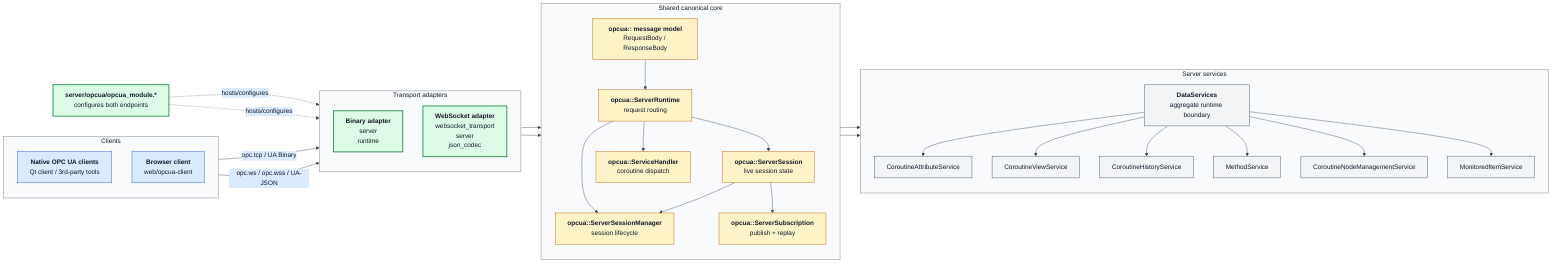
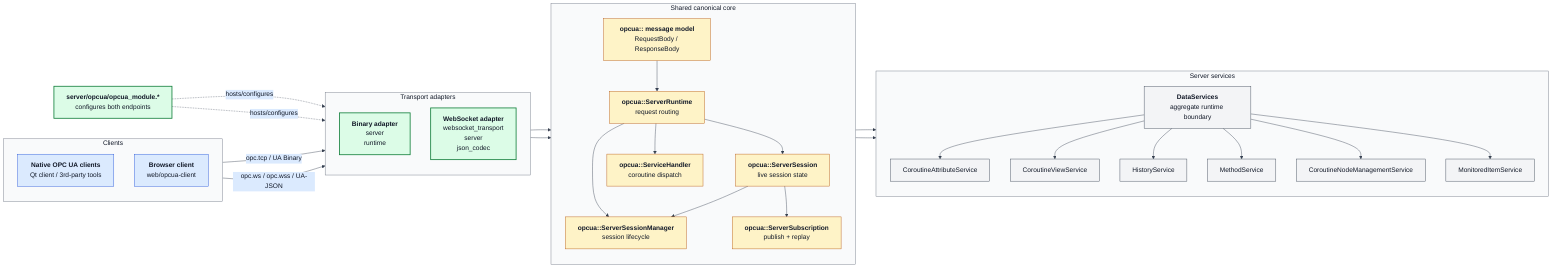
%%{init: {
  'theme': 'base',
  'themeVariables': {
    'background': '#ffffff',
    'primaryColor': '#f3f4f6',
    'primaryBorderColor': '#374151',
    'primaryTextColor': '#111827',
    'secondaryColor': '#dbeafe',
    'secondaryBorderColor': '#1d4ed8',
    'secondaryTextColor': '#111827',
    'tertiaryColor': '#dcfce7',
    'tertiaryBorderColor': '#15803d',
    'tertiaryTextColor': '#111827',
    'lineColor': '#374151',
    'defaultLinkColor': '#374151',
    'clusterBkg': '#f9fafb',
    'clusterBorder': '#6b7280',
    'titleColor': '#111827'
  },
  'flowchart': {'htmlLabels': true}
}}%%
flowchart LR
    subgraph Clients["Clients"]
        direction TB
        NATIVE["<b>Native OPC UA clients</b><br/>Qt client / 3rd-party tools"]
        BROWSER["<b>Browser client</b><br/>web/opcua-client"]
    end

    subgraph Adapters["Transport adapters"]
        direction TB
        BIN["<b>Binary adapter</b><br/>server<br/>runtime"]
        WS["<b>WebSocket adapter</b><br/>websocket_transport<br/>server<br/>json_codec"]
    end

    subgraph Core["Shared canonical core"]
        direction TB
        MSG["<b>opcua:: message model</b><br/>RequestBody / ResponseBody"]
        RT["<b>opcua::ServerRuntime</b><br/>request routing"]
        SMGR["<b>opcua::ServerSessionManager</b><br/>session lifecycle"]
        SESS["<b>opcua::ServerSession</b><br/>live session state"]
        SUB["<b>opcua::ServerSubscription</b><br/>publish + replay"]
        HANDLER["<b>opcua::ServiceHandler</b><br/>coroutine dispatch"]
    end

    subgraph Services["Server services"]
        direction TB
        CTX["<b>DataServices</b><br/>aggregate runtime boundary"]
        ATTR["CoroutineAttributeService"]
        VIEW["CoroutineViewService"]
-         HIST["CoroutineHistoryService"]
+         HIST["HistoryService"]
        METH["MethodService"]
        NODE["CoroutineNodeManagementService"]
        MON["MonitoredItemService"]
    end

    MOD["<b>server/opcua/opcua_module.*</b><br/>configures both endpoints"]

    NATIVE -->|opc.tcp / UA Binary| BIN
    BROWSER -->|opc.ws / opc.wss / UA-JSON| WS

    BIN --> MSG
    WS --> MSG
    MSG --> RT
    RT --> SMGR
    RT --> SESS
    RT --> HANDLER
    SESS --> SUB
    SESS --> SMGR
    HANDLER --> CTX
    SMGR --> CTX
    CTX --> ATTR
    CTX --> VIEW
    CTX --> HIST
    CTX --> METH
    CTX --> NODE
    CTX --> MON

    MOD -.hosts/configures.-> BIN
    MOD -.hosts/configures.-> WS

    classDef clientStyle fill:#dbeafe,stroke:#1d4ed8,color:#111827
    classDef adapterStyle fill:#dcfce7,stroke:#15803d,color:#111827,stroke-width:2px
    classDef coreStyle fill:#fef3c7,stroke:#b45309,color:#111827
    classDef serviceStyle fill:#f3f4f6,stroke:#374151,color:#111827
    class NATIVE,BROWSER clientStyle
    class BIN,WS,MOD adapterStyle
    class MSG,RT,SMGR,SESS,SUB,HANDLER coreStyle
    class CTX,ATTR,VIEW,HIST,METH,NODE,MON serviceStyle
